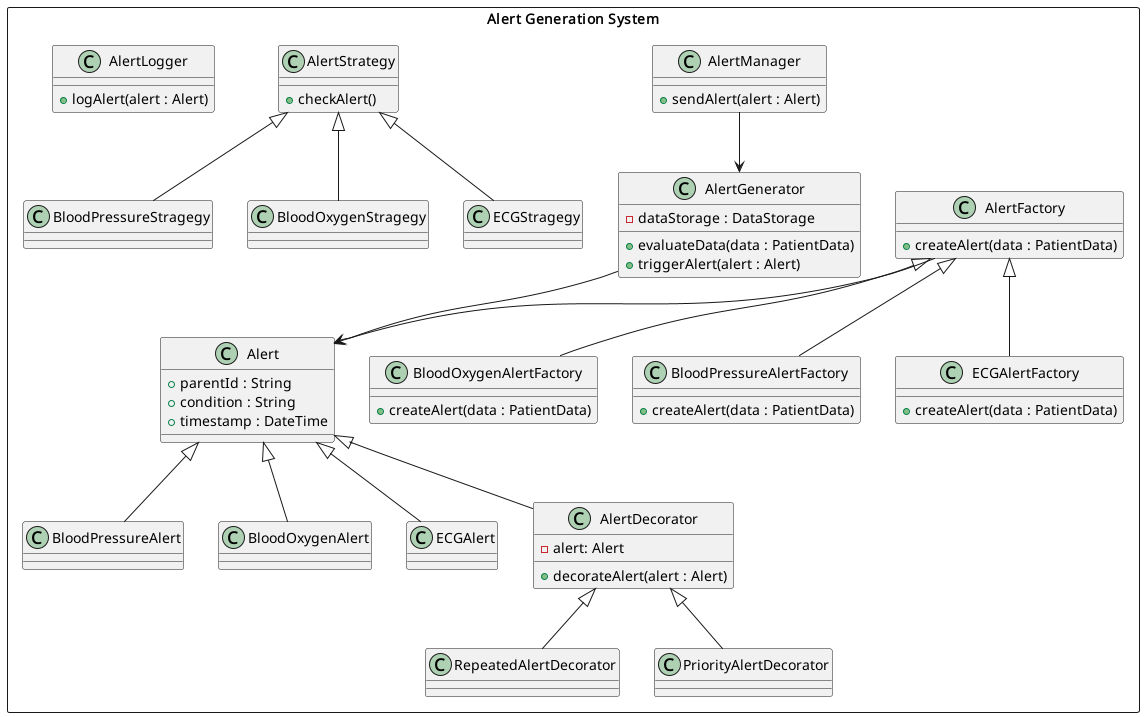
This is uml_models/uml_v2/alerts.png from Mihai-Solescu/signal_project, a PlantUML export, as it was before one commit.
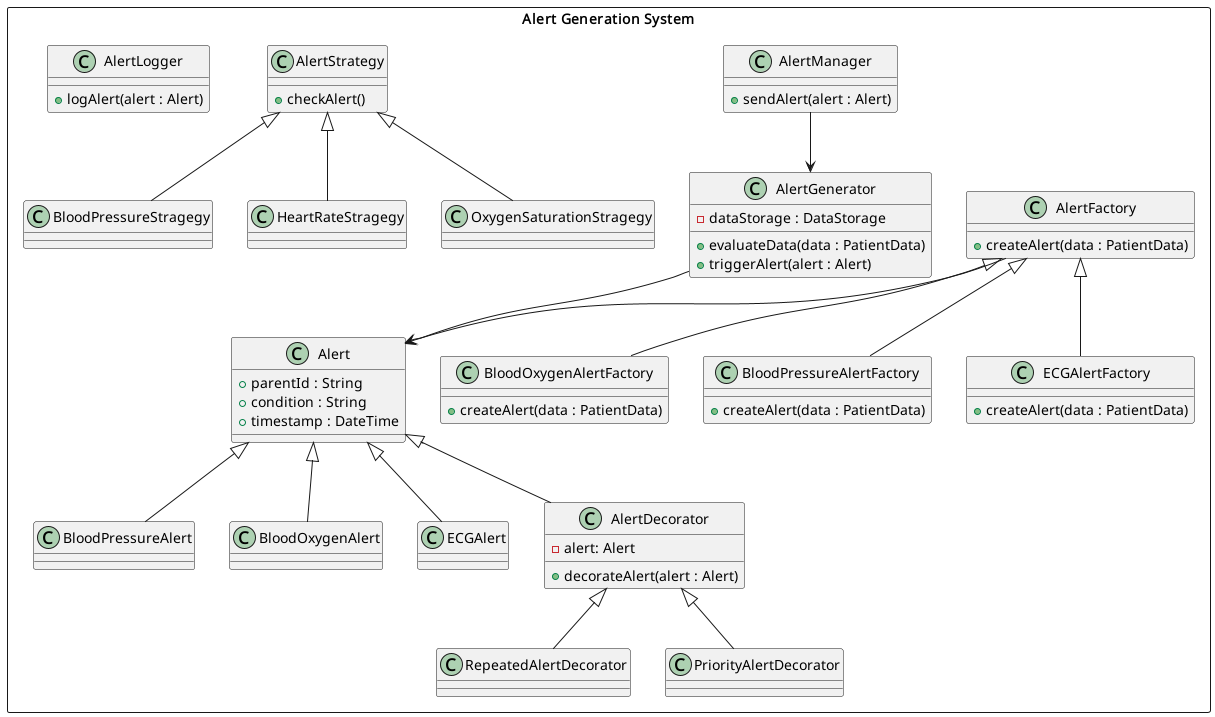
Above is the later version.

Change to the diagram source:
```diff
@@ -73,13 +73,13 @@
 
     AS <|-- BPS
 
-    class "BloodOxygenStragegy" as BOS {
+    class "HeartRateStragegy" as BOS {
 
     }
 
     AS <|-- BOS
 
-    class "ECGStragegy" as ECGS {
+    class "OxygenSaturationStragegy" as ECGS {
 
     }
 
```
